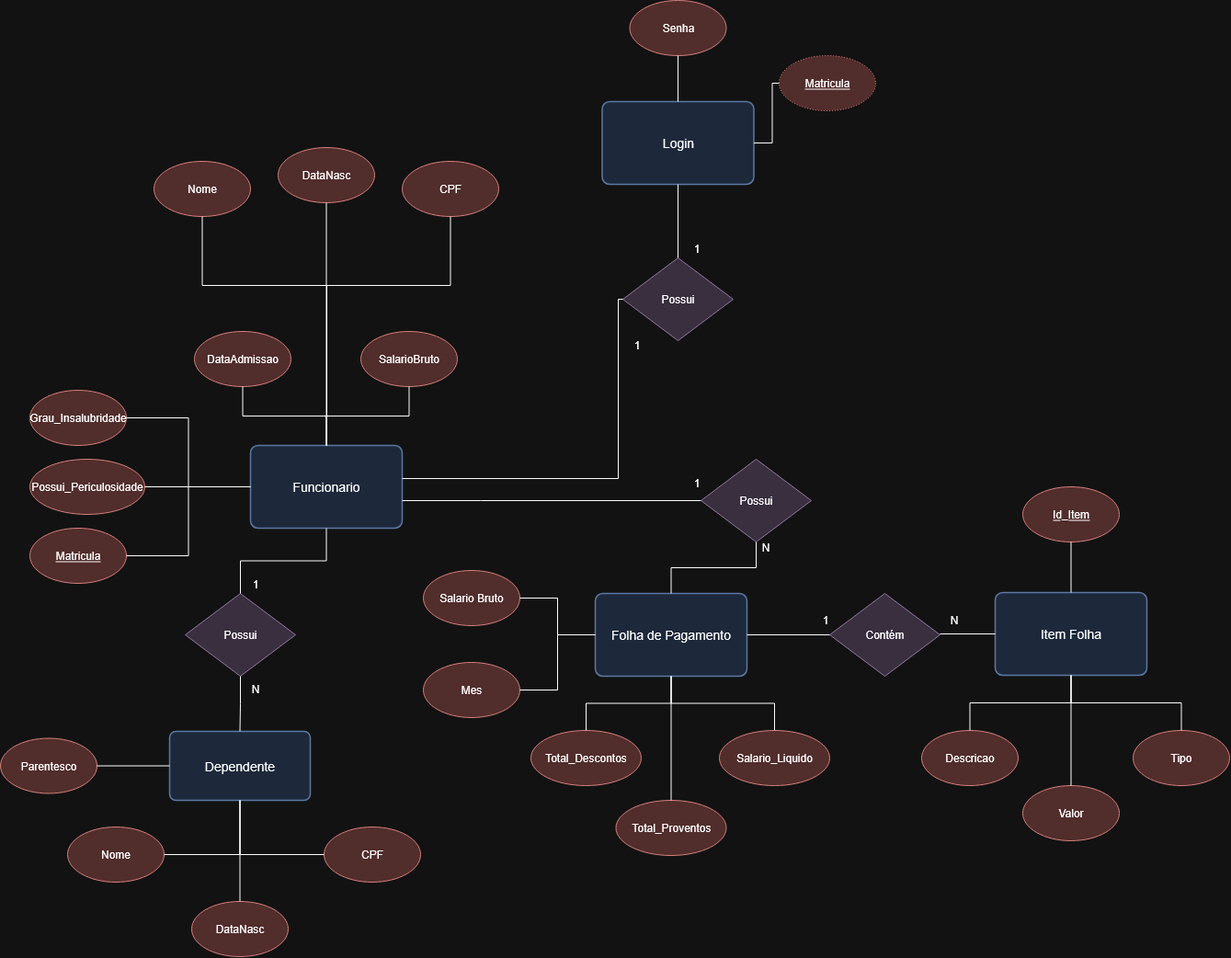
The draw.io diagram Sprints/Sprint-2/BancoDeDadosDocs/ModeloConceitual.drawio.png in pm-puc-minas/calculo-folha-pagamento-lab1-grupo2, before a commit. Source tidied: cells renumbered, new cells last; positions are measured from the earlier drawing's top-left corner, leaving out a move shared by most shapes.
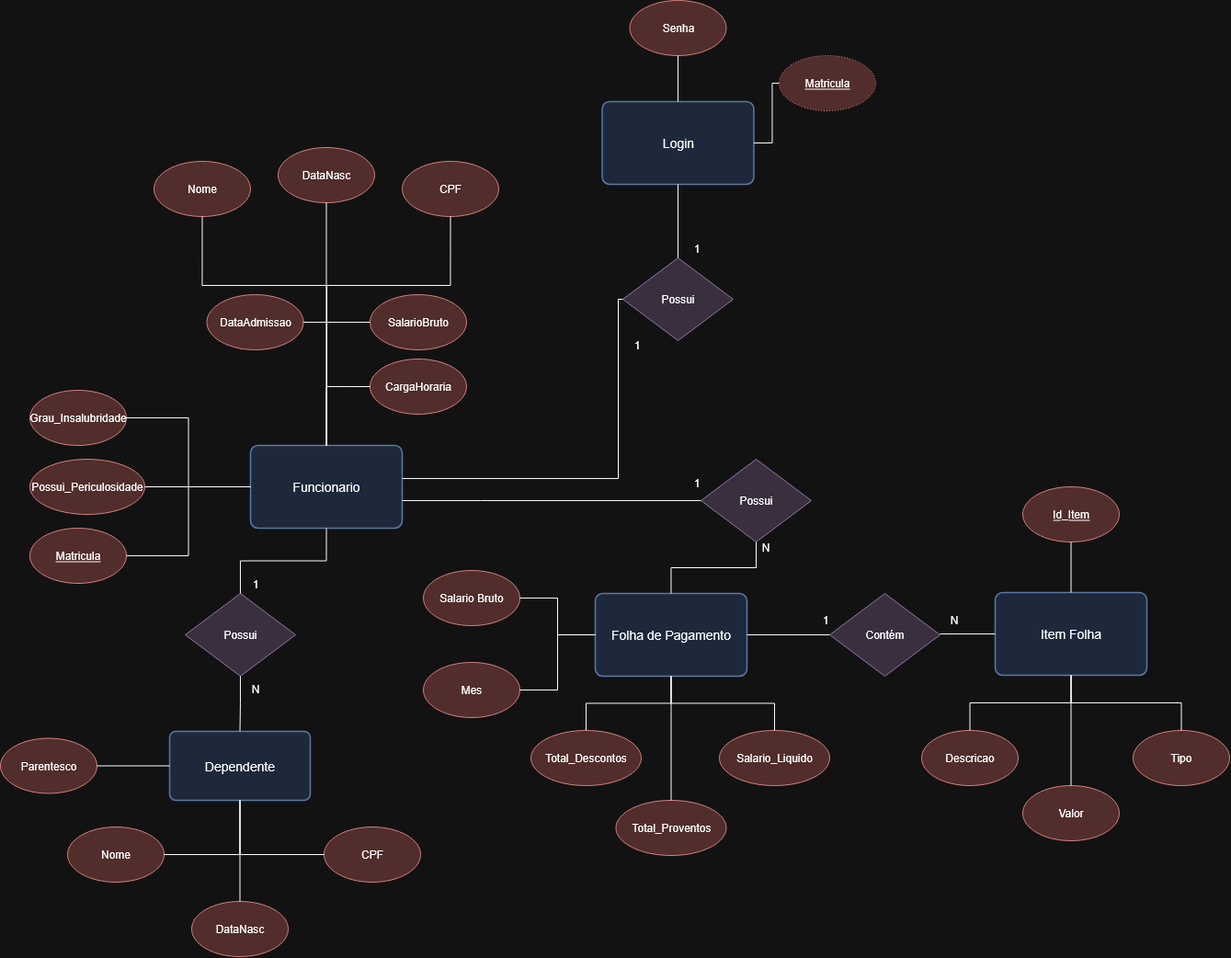
The same file after the commit.

Commit message:
Add "Carga Horaria" na Entidade Funcionario (PNG)

Change to the diagram source:
```diff
@@ -6,10 +6,10 @@
       <mxGeometry x="272" y="484" width="165" height="90" as="geometry" />
     </mxCell>
     <mxCell id="3" value="SalarioBruto" style="ellipse;whiteSpace=wrap;html=1;fontSize=12;fillColor=#f8cecc;strokeColor=#b85450;" parent="1" vertex="1">
-      <mxGeometry x="392" y="360" width="105" height="60" as="geometry" />
+      <mxGeometry x="402" y="320" width="105" height="60" as="geometry" />
     </mxCell>
     <mxCell id="4" value="DataAdmissao" style="ellipse;whiteSpace=wrap;html=1;fontSize=12;fillColor=#f8cecc;strokeColor=#b85450;" parent="1" vertex="1">
-      <mxGeometry x="211" y="360" width="105" height="60" as="geometry" />
+      <mxGeometry x="224.5" y="320" width="105" height="60" as="geometry" />
     </mxCell>
     <mxCell id="5" value="Grau_Insalubridade" style="ellipse;whiteSpace=wrap;html=1;fontSize=12;fillColor=#f8cecc;strokeColor=#b85450;" parent="1" vertex="1">
       <mxGeometry x="32" y="424" width="105" height="60" as="geometry" />
@@ -18,10 +18,18 @@
       <mxGeometry x="32" y="499" width="125" height="60" as="geometry" />
     </mxCell>
     <mxCell id="7" style="edgeStyle=orthogonalEdgeStyle;rounded=0;jettySize=auto;html=1;endArrow=none;endFill=0;strokeWidth=1;" parent="1" edge="1" source="3" target="2">
-      <mxGeometry relative="1" as="geometry" />
+      <mxGeometry relative="1" as="geometry">
+        <Array as="points">
+          <mxPoint x="355" y="350" />
+        </Array>
+      </mxGeometry>
     </mxCell>
     <mxCell id="8" style="edgeStyle=orthogonalEdgeStyle;rounded=0;jettySize=auto;html=1;endArrow=none;endFill=0;strokeWidth=1;" parent="1" edge="1" source="4" target="2">
-      <mxGeometry relative="1" as="geometry" />
+      <mxGeometry relative="1" as="geometry">
+        <Array as="points">
+          <mxPoint x="355" y="350" />
+        </Array>
+      </mxGeometry>
     </mxCell>
     <mxCell id="9" style="edgeStyle=orthogonalEdgeStyle;rounded=0;jettySize=auto;html=1;endArrow=none;endFill=0;strokeWidth=1;" parent="1" edge="1" source="5" target="2">
       <mxGeometry relative="1" as="geometry" />
@@ -237,5 +245,11 @@
     <mxCell id="72" style="edgeStyle=orthogonalEdgeStyle;rounded=0;jettySize=auto;html=1;endArrow=none;endFill=0;strokeWidth=1;" parent="1" edge="1" source="71" target="33">
       <mxGeometry relative="1" as="geometry" />
     </mxCell>
+    <mxCell id="73" value="CargaHoraria" style="ellipse;whiteSpace=wrap;html=1;fontSize=12;fillColor=#f8cecc;strokeColor=#b85450;" parent="1" vertex="1">
+      <mxGeometry x="402" y="390" width="105" height="60" as="geometry" />
+    </mxCell>
+    <mxCell id="74" style="edgeStyle=orthogonalEdgeStyle;rounded=0;jettySize=auto;html=1;endArrow=none;endFill=0;strokeWidth=1;entryX=0.5;entryY=0;entryDx=0;entryDy=0;exitX=0;exitY=0.5;exitDx=0;exitDy=0;" parent="1" edge="1" source="73" target="2">
+      <mxGeometry relative="1" as="geometry" />
+    </mxCell>
   </root>
 </mxGraphModel>
```
